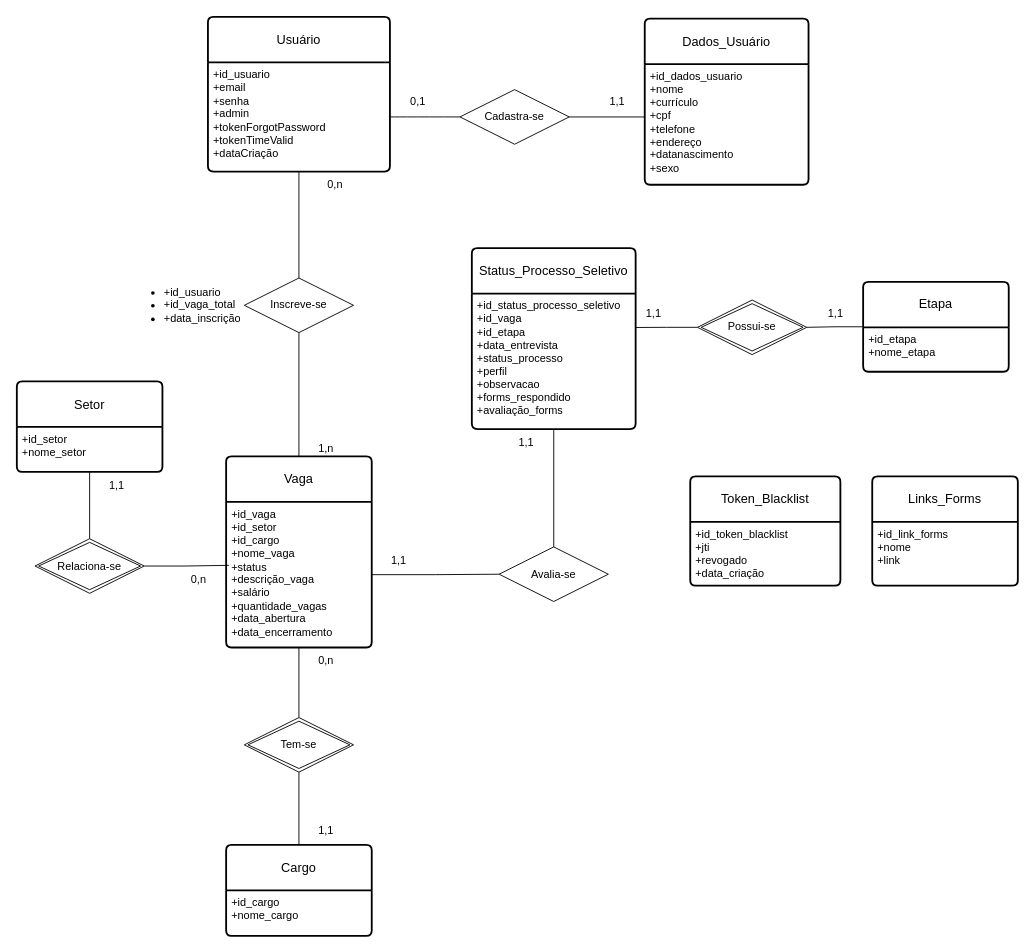
The draw.io diagram Diagrama Modelo Relacional.drawio in ExtraProjects860/Project-Selection-Process-Control, before the edit. Source tidied: cells renumbered, new cells numbered last; positions are measured from the earlier drawing's top-left corner, leaving out a move shared by most shapes. Both pictures are drawn from the tidied source at 91%, with x=0, y=0 at pixel (16, 16).
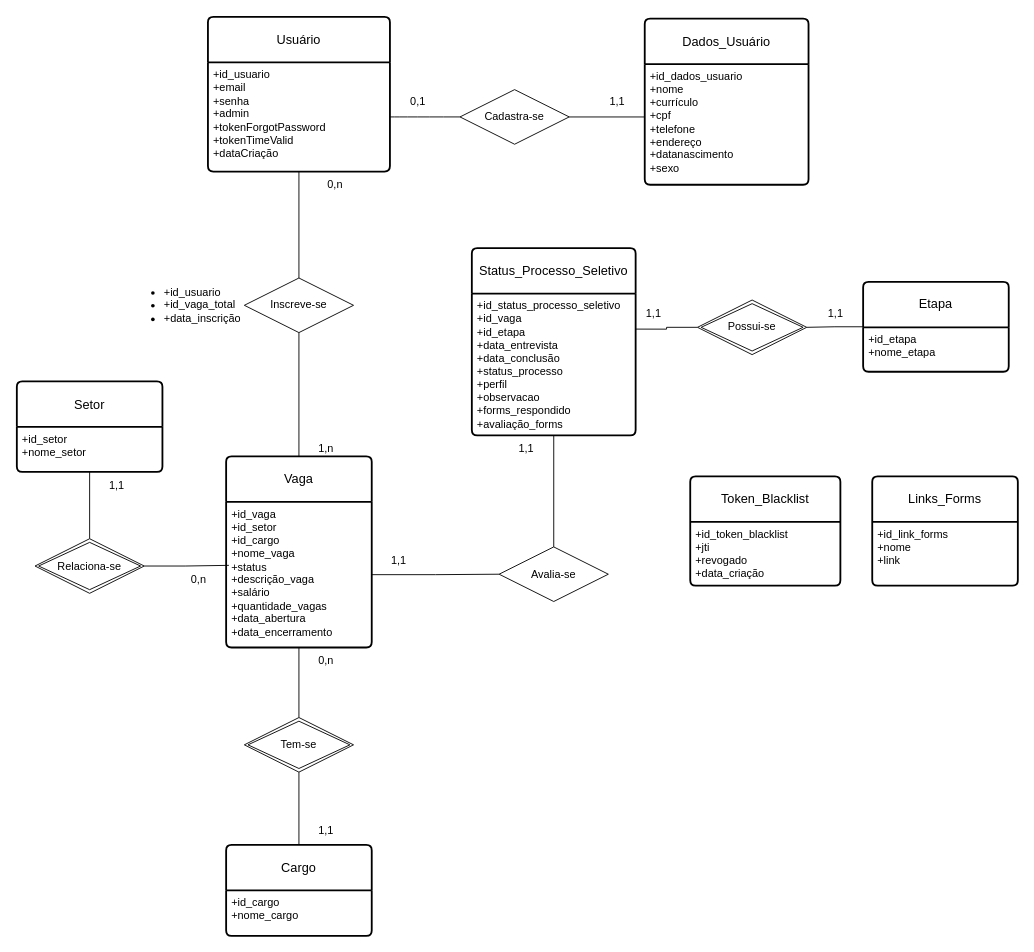
After the change.

What changed in the source:
```diff
@@
     <mxCell id="8" value="Status_Processo_Seletivo" style="swimlane;horizontal=1;startSize=50;rounded=1;fontSize=14;fontStyle=0;strokeWidth=2;shadow=0;dashed=0;align=center;arcSize=4;whiteSpace=wrap;html=1;" parent="1" vertex="1">
-      <mxGeometry x="500" y="254.2" width="180" height="198.8" as="geometry" />
+      <mxGeometry x="500" y="254.2" width="180" height="205.8" as="geometry" />
     </mxCell>
-    <mxCell id="9" value="+id_status_processo_seletivo&lt;div&gt;+id_vaga&lt;/div&gt;&lt;div&gt;+id_etapa&lt;/div&gt;&lt;div&gt;&lt;span style=&quot;background-color: initial;&quot;&gt;+data_entrevista&lt;/span&gt;&lt;/div&gt;&lt;div&gt;&lt;span style=&quot;background-color: initial;&quot;&gt;+status_processo&lt;/span&gt;&lt;/div&gt;&lt;div&gt;+perfil&lt;/div&gt;&lt;div&gt;+observacao&lt;/div&gt;&lt;div&gt;+forms_respondido&lt;/div&gt;&lt;div&gt;+avaliação_forms&lt;/div&gt;" style="align=left;strokeColor=none;fillColor=none;spacingLeft=4;fontSize=12;verticalAlign=top;html=1;" parent="8" vertex="1">
-      <mxGeometry y="50" width="180" height="148.8" as="geometry" />
+    <mxCell id="9" value="+id_status_processo_seletivo&lt;div&gt;+id_vaga&lt;/div&gt;&lt;div&gt;+id_etapa&lt;/div&gt;&lt;div&gt;&lt;span style=&quot;background-color: initial;&quot;&gt;+data_entrevista&lt;/span&gt;&lt;/div&gt;&lt;div&gt;&lt;span style=&quot;background-color: initial;&quot;&gt;+data_conclusão&lt;/span&gt;&lt;/div&gt;&lt;div&gt;&lt;span style=&quot;background-color: initial;&quot;&gt;+status_processo&lt;/span&gt;&lt;/div&gt;&lt;div&gt;+perfil&lt;/div&gt;&lt;div&gt;+observacao&lt;/div&gt;&lt;div&gt;+forms_respondido&lt;/div&gt;&lt;div&gt;+avaliação_forms&lt;/div&gt;" style="align=left;strokeColor=none;fillColor=none;spacingLeft=4;fontSize=12;verticalAlign=top;html=1;" parent="8" vertex="1">
+      <mxGeometry y="50" width="180" height="155.8" as="geometry" />
     </mxCell>
@@
     <mxCell id="22" value="1,1" style="text;html=1;align=center;verticalAlign=middle;whiteSpace=wrap;rounded=0;" parent="1" vertex="1">
-      <mxGeometry x="530" y="453" width="60" height="30" as="geometry" />
+      <mxGeometry x="530" y="460" width="60" height="30" as="geometry" />
     </mxCell>
```
